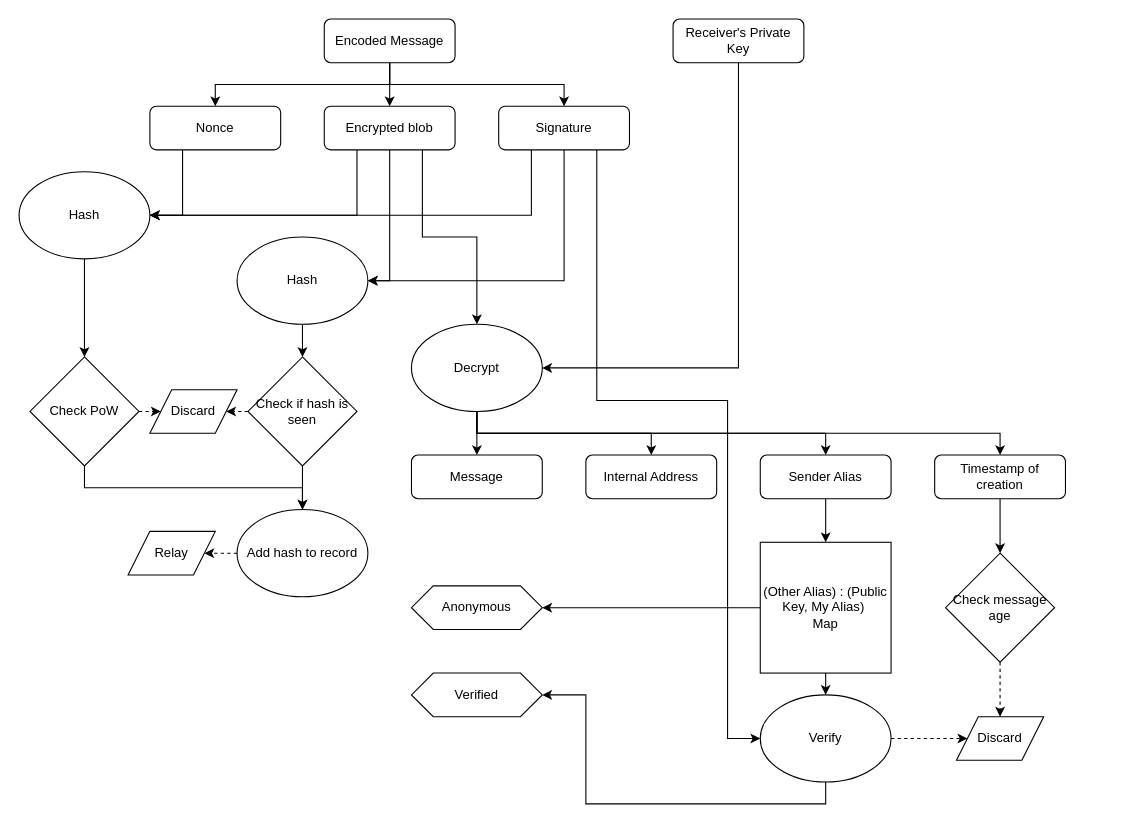
This is decode.drawio from shinymonitor/EFPIX, a draw.io file, before an edit. Source tidied: cells renumbered, new cells numbered last; positions are measured from the earlier drawing's top-left corner, leaving out a move shared by most shapes. Both pictures are drawn from the tidied source at 109%, with x=0, y=0 at pixel (19, 19).
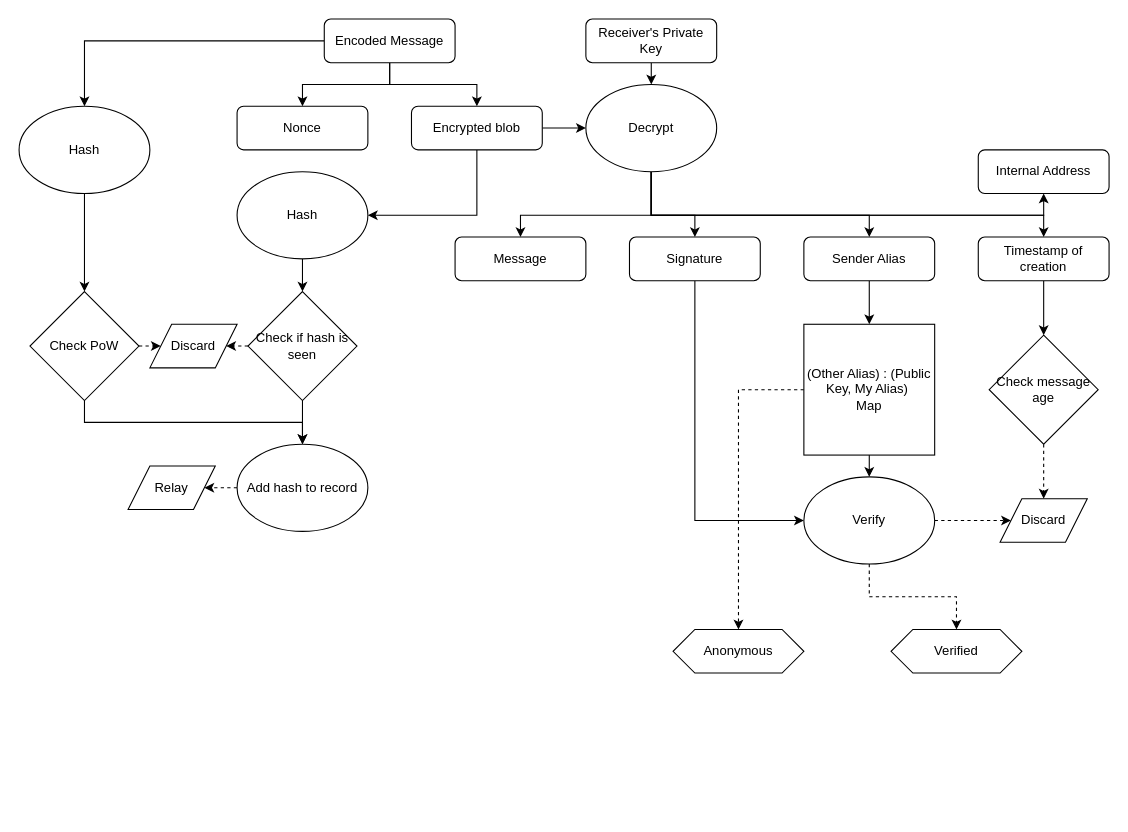
The same diagram, later.

The change refers to these unchanged cells:
```xml
<mxCell id="5" value="Encoded Message" style="rounded=1;whiteSpace=wrap;html=1;" parent="1" vertex="1">
  <mxGeometry x="280" width="120" height="40" as="geometry" />
</mxCell>
```

What changed in the source:
```diff
@@
-    <mxCell id="3" style="edgeStyle=orthogonalEdgeStyle;rounded=0;jettySize=auto;html=1;exitX=0.5;exitY=1;exitDx=0;exitDy=0;entryX=0.5;entryY=0;entryDx=0;entryDy=0;" parent="1" edge="1" source="5" target="17">
-      <mxGeometry relative="1" as="geometry" />
-    </mxCell>
@@
+    <mxCell id="54" style="edgeStyle=orthogonalEdgeStyle;rounded=0;jettySize=auto;html=1;exitX=0;exitY=0.5;exitDx=0;exitDy=0;entryX=0.5;entryY=0;entryDx=0;entryDy=0;" parent="1" edge="1" source="5" target="57">
+      <mxGeometry relative="1" as="geometry" />
+    </mxCell>
@@
-    <mxCell id="6" style="edgeStyle=orthogonalEdgeStyle;rounded=0;jettySize=auto;html=1;exitX=0.5;exitY=1;exitDx=0;exitDy=0;entryX=1;entryY=0.5;entryDx=0;entryDy=0;" parent="1" edge="1" source="7" target="26">
+    <mxCell id="6" style="edgeStyle=orthogonalEdgeStyle;rounded=0;jettySize=auto;html=1;exitX=0.5;exitY=1;exitDx=0;exitDy=0;entryX=0.5;entryY=0;entryDx=0;entryDy=0;" parent="1" edge="1" source="7" target="26">
       <mxGeometry relative="1" as="geometry" />
     </mxCell>
     <mxCell id="7" value="Receiver's Private Key" style="rounded=1;whiteSpace=wrap;html=1;" parent="1" vertex="1">
-      <mxGeometry x="600" width="120" height="40" as="geometry" />
+      <mxGeometry x="520" width="120" height="40" as="geometry" />
     </mxCell>
-    <mxCell id="8" style="edgeStyle=orthogonalEdgeStyle;rounded=0;jettySize=auto;html=1;exitX=0.25;exitY=1;exitDx=0;exitDy=0;entryX=1;entryY=0.5;entryDx=0;entryDy=0;" parent="1" edge="1" source="9" target="19">
-      <mxGeometry relative="1" as="geometry" />
-    </mxCell>
     <mxCell id="9" value="Nonce" style="rounded=1;whiteSpace=wrap;html=1;" parent="1" vertex="1">
-      <mxGeometry x="120" y="80" width="120" height="40" as="geometry" />
+      <mxGeometry x="200" y="80" width="120" height="40" as="geometry" />
     </mxCell>
-    <mxCell id="10" style="edgeStyle=orthogonalEdgeStyle;rounded=0;jettySize=auto;html=1;exitX=0.25;exitY=1;exitDx=0;exitDy=0;entryX=1;entryY=0.5;entryDx=0;entryDy=0;" parent="1" edge="1" source="13" target="19">
-      <mxGeometry relative="1" as="geometry" />
-    </mxCell>
-    <mxCell id="11" style="edgeStyle=orthogonalEdgeStyle;rounded=0;jettySize=auto;html=1;exitX=0.5;exitY=1;exitDx=0;exitDy=0;entryX=1;entryY=0.5;entryDx=0;entryDy=0;" parent="1" edge="1" source="13" target="21">
-      <mxGeometry relative="1" as="geometry" />
-    </mxCell>
-    <mxCell id="12" style="edgeStyle=orthogonalEdgeStyle;rounded=0;jettySize=auto;html=1;exitX=0.75;exitY=1;exitDx=0;exitDy=0;entryX=0.5;entryY=0;entryDx=0;entryDy=0;" parent="1" edge="1" source="13" target="26">
+    <mxCell id="12" style="edgeStyle=orthogonalEdgeStyle;rounded=0;jettySize=auto;html=1;exitX=1;exitY=0.5;exitDx=0;exitDy=0;entryX=0;entryY=0.5;entryDx=0;entryDy=0;" parent="1" edge="1" source="13" target="26">
       <mxGeometry relative="1" as="geometry" />
     </mxCell>
+    <mxCell id="55" style="edgeStyle=orthogonalEdgeStyle;rounded=0;jettySize=auto;html=1;exitX=0.5;exitY=1;exitDx=0;exitDy=0;entryX=1;entryY=0.5;entryDx=0;entryDy=0;" parent="1" edge="1" source="13" target="59">
+      <mxGeometry relative="1" as="geometry" />
+    </mxCell>
     <mxCell id="13" value="Encrypted blob" style="rounded=1;whiteSpace=wrap;html=1;" parent="1" vertex="1">
-      <mxGeometry x="280" y="80" width="120" height="40" as="geometry" />
+      <mxGeometry x="360" y="80" width="120" height="40" as="geometry" />
     </mxCell>
-    <mxCell id="14" style="edgeStyle=orthogonalEdgeStyle;rounded=0;jettySize=auto;html=1;exitX=0.25;exitY=1;exitDx=0;exitDy=0;entryX=1;entryY=0.5;entryDx=0;entryDy=0;" parent="1" edge="1" source="17" target="19">
-      <mxGeometry relative="1" as="geometry" />
-    </mxCell>
-    <mxCell id="15" style="edgeStyle=orthogonalEdgeStyle;rounded=0;jettySize=auto;html=1;exitX=0.5;exitY=1;exitDx=0;exitDy=0;entryX=1;entryY=0.5;entryDx=0;entryDy=0;" parent="1" edge="1" source="17" target="21">
-      <mxGeometry relative="1" as="geometry" />
-    </mxCell>
-    <mxCell id="16" style="edgeStyle=orthogonalEdgeStyle;rounded=0;jettySize=auto;html=1;exitX=0.75;exitY=1;exitDx=0;exitDy=0;entryX=0;entryY=0.5;entryDx=0;entryDy=0;" parent="1" edge="1" source="17" target="52">
-      <mxGeometry relative="1" as="geometry">
-        <Array as="points">
-          <mxPoint x="530" y="350" />
-          <mxPoint x="650" y="350" />
-          <mxPoint x="650" y="660" />
-        </Array>
-      </mxGeometry>
+    <mxCell id="16" style="edgeStyle=orthogonalEdgeStyle;rounded=0;jettySize=auto;html=1;exitX=0.5;exitY=1;exitDx=0;exitDy=0;entryX=0;entryY=0.5;entryDx=0;entryDy=0;" parent="1" edge="1" source="17" target="52">
+      <mxGeometry relative="1" as="geometry" />
     </mxCell>
     <mxCell id="17" value="Signature" style="rounded=1;whiteSpace=wrap;html=1;" parent="1" vertex="1">
-      <mxGeometry x="440" y="80" width="120" height="40" as="geometry" />
+      <mxGeometry x="560" y="200" width="120" height="40" as="geometry" />
     </mxCell>
-    <mxCell id="18" style="edgeStyle=orthogonalEdgeStyle;rounded=0;jettySize=auto;html=1;exitX=0.5;exitY=1;exitDx=0;exitDy=0;entryX=0.5;entryY=0;entryDx=0;entryDy=0;" parent="1" edge="1" source="19" target="29">
-      <mxGeometry relative="1" as="geometry" />
-    </mxCell>
-    <mxCell id="19" value="Hash" style="ellipse;whiteSpace=wrap;html=1;" parent="1" vertex="1">
-      <mxGeometry y="140" width="120" height="80" as="geometry" />
-    </mxCell>
-    <mxCell id="20" style="edgeStyle=orthogonalEdgeStyle;rounded=0;jettySize=auto;html=1;exitX=0.5;exitY=1;exitDx=0;exitDy=0;entryX=0.5;entryY=0;entryDx=0;entryDy=0;" parent="1" edge="1" source="21" target="32">
-      <mxGeometry relative="1" as="geometry" />
-    </mxCell>
-    <mxCell id="21" value="Hash" style="ellipse;whiteSpace=wrap;html=1;" parent="1" vertex="1">
-      <mxGeometry x="200" y="200" width="120" height="80" as="geometry" />
-    </mxCell>
+    <mxCell id="56" style="edgeStyle=orthogonalEdgeStyle;rounded=0;jettySize=auto;html=1;exitX=0.5;exitY=1;exitDx=0;exitDy=0;entryX=0.5;entryY=0;entryDx=0;entryDy=0;" parent="1" edge="1" source="57" target="29">
+      <mxGeometry relative="1" as="geometry" />
+    </mxCell>
+    <mxCell id="57" value="Hash" style="ellipse;whiteSpace=wrap;html=1;" parent="1" vertex="1">
+      <mxGeometry y="80" width="120" height="80" as="geometry" />
+    </mxCell>
+    <mxCell id="58" style="edgeStyle=orthogonalEdgeStyle;rounded=0;jettySize=auto;html=1;exitX=0.5;exitY=1;exitDx=0;exitDy=0;entryX=0.5;entryY=0;entryDx=0;entryDy=0;" parent="1" edge="1" source="59" target="32">
+      <mxGeometry relative="1" as="geometry" />
+    </mxCell>
+    <mxCell id="59" value="Hash" style="ellipse;whiteSpace=wrap;html=1;" parent="1" vertex="1">
+      <mxGeometry x="200" y="140" width="120" height="80" as="geometry" />
+    </mxCell>
     <mxCell id="22" style="edgeStyle=orthogonalEdgeStyle;rounded=0;jettySize=auto;html=1;exitX=0.5;exitY=1;exitDx=0;exitDy=0;entryX=0.5;entryY=0;entryDx=0;entryDy=0;" parent="1" edge="1" source="26" target="42">
-      <mxGeometry relative="1" as="geometry" />
+      <mxGeometry relative="1" as="geometry">
+        <Array as="points">
+          <mxPoint x="580" y="180" />
+          <mxPoint x="460" y="180" />
+        </Array>
+      </mxGeometry>
     </mxCell>
-    <mxCell id="23" style="edgeStyle=orthogonalEdgeStyle;rounded=0;jettySize=auto;html=1;exitX=0.5;exitY=1;exitDx=0;exitDy=0;entryX=0.5;entryY=0;entryDx=0;entryDy=0;" parent="1" edge="1" source="26" target="41">
-      <mxGeometry relative="1" as="geometry" />
-    </mxCell>
+    <mxCell id="60" style="edgeStyle=orthogonalEdgeStyle;rounded=0;jettySize=auto;html=1;exitX=0.5;exitY=1;exitDx=0;exitDy=0;entryX=0.5;entryY=0;entryDx=0;entryDy=0;" parent="1" edge="1" source="26" target="17">
+      <mxGeometry relative="1" as="geometry">
+        <Array as="points">
+          <mxPoint x="580" y="180" />
+          <mxPoint x="620" y="180" />
+        </Array>
+      </mxGeometry>
+    </mxCell>
     <mxCell id="24" style="edgeStyle=orthogonalEdgeStyle;rounded=0;jettySize=auto;html=1;exitX=0.5;exitY=1;exitDx=0;exitDy=0;entryX=0.5;entryY=0;entryDx=0;entryDy=0;" parent="1" edge="1" source="26" target="40">
-      <mxGeometry relative="1" as="geometry" />
+      <mxGeometry relative="1" as="geometry">
+        <Array as="points">
+          <mxPoint x="580" y="180" />
+          <mxPoint x="780" y="180" />
+        </Array>
+      </mxGeometry>
     </mxCell>
     <mxCell id="25" style="edgeStyle=orthogonalEdgeStyle;rounded=0;jettySize=auto;html=1;exitX=0.5;exitY=1;exitDx=0;exitDy=0;entryX=0.5;entryY=0;entryDx=0;entryDy=0;" parent="1" edge="1" source="26" target="38">
-      <mxGeometry relative="1" as="geometry" />
+      <mxGeometry relative="1" as="geometry">
+        <Array as="points">
+          <mxPoint x="580" y="180" />
+          <mxPoint x="940" y="180" />
+        </Array>
+      </mxGeometry>
     </mxCell>
+    <mxCell id="23" style="edgeStyle=orthogonalEdgeStyle;rounded=0;jettySize=auto;html=1;exitX=0.5;exitY=1;exitDx=0;exitDy=0;entryX=0.5;entryY=1;entryDx=0;entryDy=0;" parent="1" edge="1" source="26" target="41">
+      <mxGeometry relative="1" as="geometry" />
+    </mxCell>
     <mxCell id="26" value="Decrypt" style="ellipse;whiteSpace=wrap;html=1;" parent="1" vertex="1">
-      <mxGeometry x="360" y="280" width="120" height="80" as="geometry" />
+      <mxGeometry x="520" y="60" width="120" height="80" as="geometry" />
     </mxCell>
-    <mxCell id="27" style="edgeStyle=orthogonalEdgeStyle;rounded=0;jettySize=auto;html=1;exitX=1;exitY=0.5;exitDx=0;exitDy=0;entryX=0;entryY=0.5;entryDx=0;entryDy=0;dashed=1;" parent="1" edge="1" source="29" target="35">
-      <mxGeometry relative="1" as="geometry">
-        <Array as="points">
-          <mxPoint x="120" y="360" />
-          <mxPoint x="120" y="360" />
-        </Array>
-      </mxGeometry>
-    </mxCell>
+    <mxCell id="61" style="edgeStyle=orthogonalEdgeStyle;rounded=0;jettySize=auto;html=1;exitX=1;exitY=0.5;exitDx=0;exitDy=0;entryX=0;entryY=0.5;entryDx=0;entryDy=0;dashed=1;" parent="1" edge="1" source="29" target="63">
+      <mxGeometry relative="1" as="geometry">
+        <Array as="points">
+          <mxPoint x="120" y="300" />
+          <mxPoint x="120" y="300" />
+        </Array>
+      </mxGeometry>
+    </mxCell>
     <mxCell id="28" style="edgeStyle=orthogonalEdgeStyle;rounded=0;jettySize=auto;html=1;exitX=0.5;exitY=1;exitDx=0;exitDy=0;entryX=0.5;entryY=0;entryDx=0;entryDy=0;" parent="1" edge="1" source="29" target="34">
       <mxGeometry relative="1" as="geometry">
         <Array as="points">
-          <mxPoint x="60" y="430" />
-          <mxPoint x="260" y="430" />
+          <mxPoint x="60" y="370" />
+          <mxPoint x="260" y="370" />
         </Array>
       </mxGeometry>
     </mxCell>
     <mxCell id="29" value="Check PoW" style="rhombus;whiteSpace=wrap;html=1;" parent="1" vertex="1">
-      <mxGeometry x="10" y="310" width="100" height="100" as="geometry" />
+      <mxGeometry x="10" y="250" width="100" height="100" as="geometry" />
     </mxCell>
-    <mxCell id="30" style="edgeStyle=orthogonalEdgeStyle;rounded=0;jettySize=auto;html=1;exitX=0;exitY=0.5;exitDx=0;exitDy=0;entryX=1;entryY=0.5;entryDx=0;entryDy=0;dashed=1;" parent="1" edge="1" source="32" target="35">
-      <mxGeometry relative="1" as="geometry" />
-    </mxCell>
+    <mxCell id="62" style="edgeStyle=orthogonalEdgeStyle;rounded=0;jettySize=auto;html=1;exitX=0;exitY=0.5;exitDx=0;exitDy=0;entryX=1;entryY=0.5;entryDx=0;entryDy=0;dashed=1;" parent="1" edge="1" source="32" target="63">
+      <mxGeometry relative="1" as="geometry" />
+    </mxCell>
@@
     <mxCell id="32" value="Check if hash is seen" style="rhombus;whiteSpace=wrap;html=1;" parent="1" vertex="1">
-      <mxGeometry x="210" y="310" width="100" height="100" as="geometry" />
+      <mxGeometry x="210" y="250" width="100" height="100" as="geometry" />
     </mxCell>
@@
     <mxCell id="34" value="Add hash to record" style="ellipse;whiteSpace=wrap;html=1;" parent="1" vertex="1">
-      <mxGeometry x="200" y="450" width="120" height="80" as="geometry" />
+      <mxGeometry x="200" y="390" width="120" height="80" as="geometry" />
     </mxCell>
-    <mxCell id="35" value="Discard" style="shape=parallelogram;perimeter=parallelogramPerimeter;whiteSpace=wrap;html=1;fixedSize=1;" parent="1" vertex="1">
-      <mxGeometry x="120" y="340" width="80" height="40" as="geometry" />
-    </mxCell>
+    <mxCell id="63" value="Discard" style="shape=parallelogram;perimeter=parallelogramPerimeter;whiteSpace=wrap;html=1;fixedSize=1;" parent="1" vertex="1">
+      <mxGeometry x="120" y="280" width="80" height="40" as="geometry" />
+    </mxCell>
     <mxCell id="36" value="Relay" style="shape=parallelogram;perimeter=parallelogramPerimeter;whiteSpace=wrap;html=1;fixedSize=1;" parent="1" vertex="1">
-      <mxGeometry x="100" y="470" width="80" height="40" as="geometry" />
+      <mxGeometry x="100" y="410" width="80" height="40" as="geometry" />
     </mxCell>
@@
     <mxCell id="38" value="Timestamp of creation" style="rounded=1;whiteSpace=wrap;html=1;" parent="1" vertex="1">
-      <mxGeometry x="840" y="400" width="120" height="40" as="geometry" />
+      <mxGeometry x="880" y="200" width="120" height="40" as="geometry" />
     </mxCell>
@@
     <mxCell id="40" value="Sender Alias" style="rounded=1;whiteSpace=wrap;html=1;" parent="1" vertex="1">
-      <mxGeometry x="680" y="400" width="120" height="40" as="geometry" />
+      <mxGeometry x="720" y="200" width="120" height="40" as="geometry" />
     </mxCell>
     <mxCell id="41" value="Internal Address" style="rounded=1;whiteSpace=wrap;html=1;" parent="1" vertex="1">
-      <mxGeometry x="520" y="400" width="120" height="40" as="geometry" />
+      <mxGeometry x="880" y="120" width="120" height="40" as="geometry" />
     </mxCell>
     <mxCell id="42" value="&lt;div&gt;Message&lt;/div&gt;" style="rounded=1;whiteSpace=wrap;html=1;" parent="1" vertex="1">
-      <mxGeometry x="360" y="400" width="120" height="40" as="geometry" />
+      <mxGeometry x="400" y="200" width="120" height="40" as="geometry" />
     </mxCell>
@@
-    <mxCell id="44" style="edgeStyle=orthogonalEdgeStyle;rounded=0;jettySize=auto;html=1;exitX=0;exitY=0.5;exitDx=0;exitDy=0;entryX=1;entryY=0.5;entryDx=0;entryDy=0;" parent="1" edge="1" source="45" target="48">
+    <mxCell id="44" style="edgeStyle=orthogonalEdgeStyle;rounded=0;jettySize=auto;html=1;exitX=0;exitY=0.5;exitDx=0;exitDy=0;entryX=0.5;entryY=0;entryDx=0;entryDy=0;dashed=1;" parent="1" edge="1" source="45" target="48">
       <mxGeometry relative="1" as="geometry" />
     </mxCell>
     <mxCell id="45" value="&lt;div&gt;(Other Alias) : (Public Key, My Alias)&amp;nbsp;&lt;/div&gt;&lt;div&gt;Map&lt;/div&gt;" style="whiteSpace=wrap;html=1;" parent="1" vertex="1">
-      <mxGeometry x="680" y="480" width="120" height="120" as="geometry" />
+      <mxGeometry x="720" y="280" width="120" height="120" as="geometry" />
     </mxCell>
-    <mxCell id="46" style="edgeStyle=orthogonalEdgeStyle;rounded=0;jettySize=auto;html=1;exitX=0.5;exitY=1;exitDx=0;exitDy=0;entryX=0.5;entryY=0;entryDx=0;entryDy=0;dashed=1;" parent="1" edge="1" source="47" target="53">
-      <mxGeometry relative="1" as="geometry" />
-    </mxCell>
+    <mxCell id="64" style="edgeStyle=orthogonalEdgeStyle;rounded=0;jettySize=auto;html=1;exitX=0.5;exitY=1;exitDx=0;exitDy=0;entryX=0.5;entryY=0;entryDx=0;entryDy=0;dashed=1;" parent="1" edge="1" source="47" target="66">
+      <mxGeometry relative="1" as="geometry" />
+    </mxCell>
     <mxCell id="47" value="Check message age" style="rhombus;whiteSpace=wrap;html=1;" parent="1" vertex="1">
-      <mxGeometry x="850" y="490" width="100" height="100" as="geometry" />
+      <mxGeometry x="890" y="290" width="100" height="100" as="geometry" />
     </mxCell>
     <mxCell id="48" value="Anonymous" style="shape=hexagon;perimeter=hexagonPerimeter2;whiteSpace=wrap;html=1;fixedSize=1;" parent="1" vertex="1">
-      <mxGeometry x="360" y="520" width="120" height="40" as="geometry" />
+      <mxGeometry x="600" y="560" width="120" height="40" as="geometry" />
     </mxCell>
     <mxCell id="49" value="Verified" style="shape=hexagon;perimeter=hexagonPerimeter2;whiteSpace=wrap;html=1;fixedSize=1;" parent="1" vertex="1">
-      <mxGeometry x="360" y="600" width="120" height="40" as="geometry" />
+      <mxGeometry x="800" y="560" width="120" height="40" as="geometry" />
     </mxCell>
-    <mxCell id="50" style="edgeStyle=orthogonalEdgeStyle;rounded=0;jettySize=auto;html=1;exitX=1;exitY=0.5;exitDx=0;exitDy=0;entryX=0;entryY=0.5;entryDx=0;entryDy=0;dashed=1;" parent="1" edge="1" source="52" target="53">
-      <mxGeometry relative="1" as="geometry" />
-    </mxCell>
+    <mxCell id="65" style="edgeStyle=orthogonalEdgeStyle;rounded=0;jettySize=auto;html=1;exitX=1;exitY=0.5;exitDx=0;exitDy=0;entryX=0;entryY=0.5;entryDx=0;entryDy=0;dashed=1;" parent="1" edge="1" source="52" target="66">
+      <mxGeometry relative="1" as="geometry" />
+    </mxCell>
-    <mxCell id="51" style="edgeStyle=orthogonalEdgeStyle;rounded=0;jettySize=auto;html=1;entryX=1;entryY=0.5;entryDx=0;entryDy=0;" parent="1" edge="1" source="52" target="49">
-      <mxGeometry relative="1" as="geometry">
-        <Array as="points">
-          <mxPoint x="740" y="720" />
-          <mxPoint x="520" y="720" />
-          <mxPoint x="520" y="620" />
-        </Array>
-      </mxGeometry>
+    <mxCell id="51" style="edgeStyle=orthogonalEdgeStyle;rounded=0;jettySize=auto;html=1;exitX=0.5;exitY=1;exitDx=0;exitDy=0;entryX=0.5;entryY=0;entryDx=0;entryDy=0;dashed=1;" parent="1" edge="1" source="52" target="49">
+      <mxGeometry relative="1" as="geometry" />
     </mxCell>
     <mxCell id="52" value="Verify" style="ellipse;whiteSpace=wrap;html=1;" parent="1" vertex="1">
-      <mxGeometry x="680" y="620" width="120" height="80" as="geometry" />
+      <mxGeometry x="720" y="420" width="120" height="80" as="geometry" />
     </mxCell>
-    <mxCell id="53" value="Discard" style="shape=parallelogram;perimeter=parallelogramPerimeter;whiteSpace=wrap;html=1;fixedSize=1;" parent="1" vertex="1">
-      <mxGeometry x="860" y="640" width="80" height="40" as="geometry" />
-    </mxCell>
+    <mxCell id="66" value="Discard" style="shape=parallelogram;perimeter=parallelogramPerimeter;whiteSpace=wrap;html=1;fixedSize=1;" parent="1" vertex="1">
+      <mxGeometry x="900" y="440" width="80" height="40" as="geometry" />
+    </mxCell>
```
